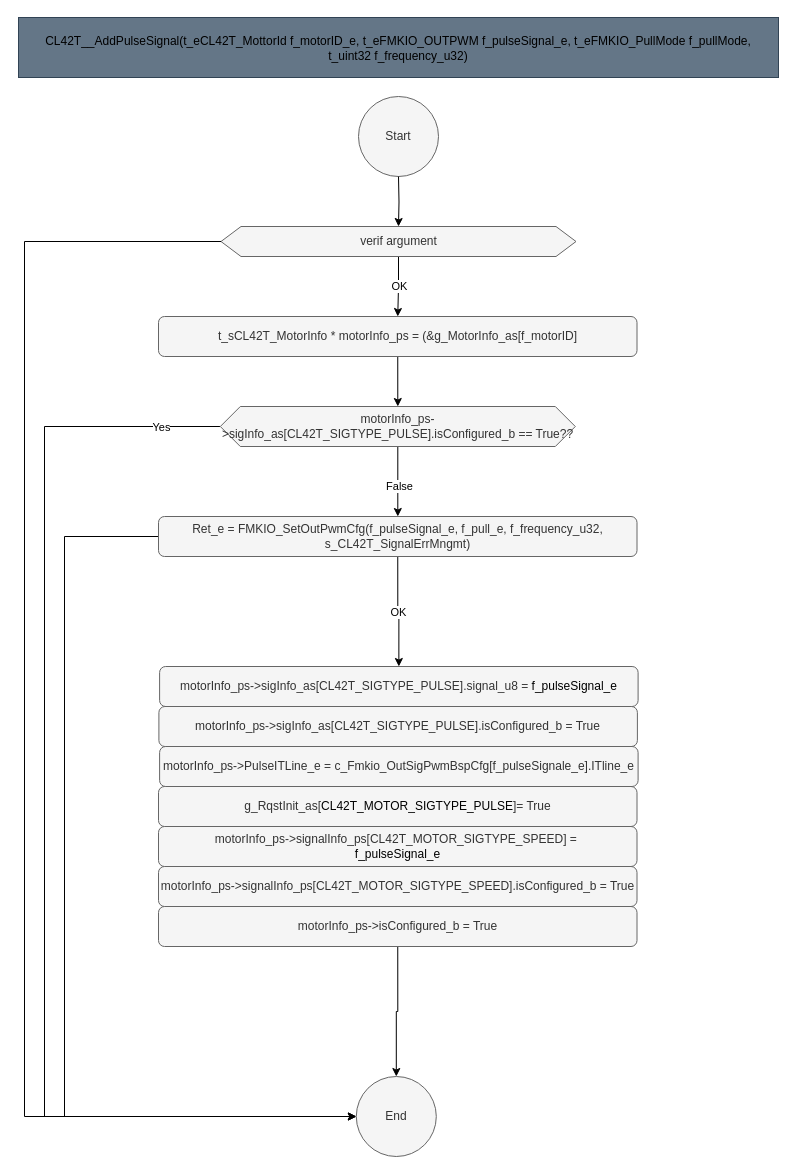
The draw.io diagram page "AddPulseSignal" (6 of 21) of src/2_DRV/Motor/CL42T/Doc/Design/CL42T_Architecture.drawio in mbarbeau0545/PickersRobotPOC, before the edit. Source tidied: cells renumbered, new cells numbered last; positions are measured from the earlier drawing's top-left corner, leaving out a move shared by most shapes. Both pictures are drawn from the tidied source at 100%, with x=0, y=0 at pixel (18, 17).
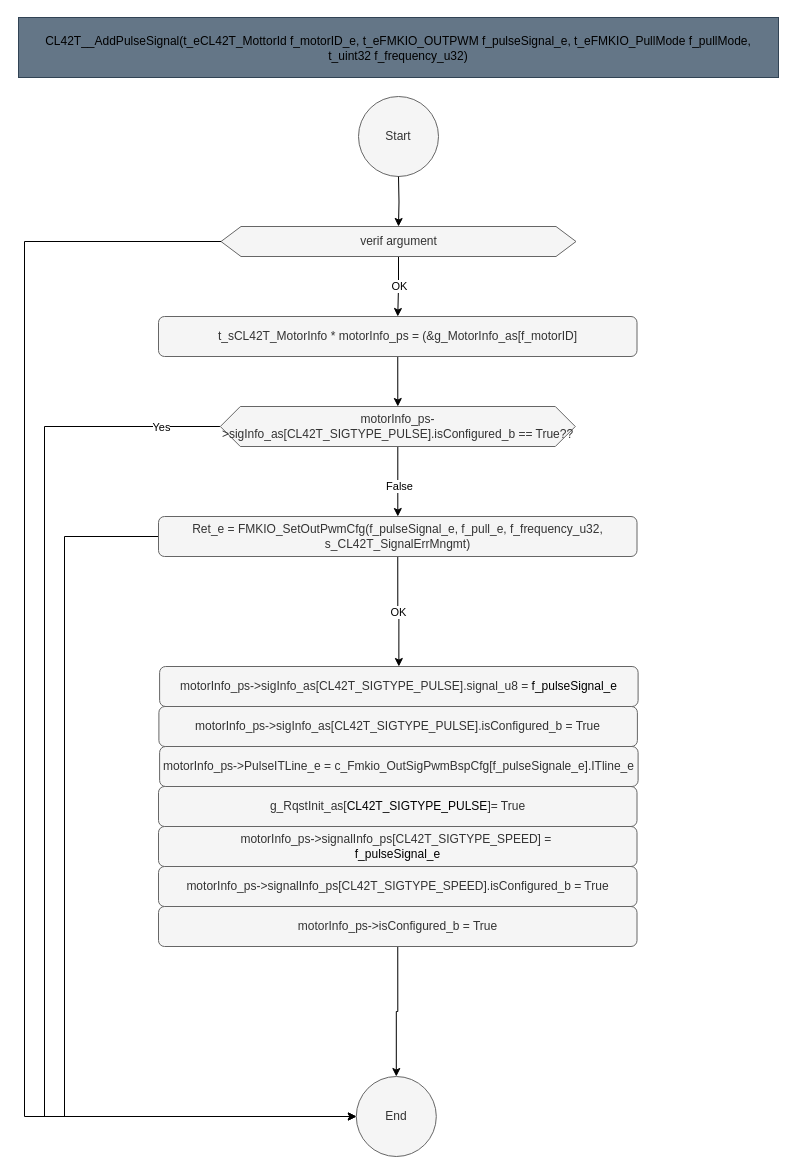
After the change.

What changed in the source:
```diff
@@
-    <mxCell id="25" value="g_RqstInit_as[&lt;font color=&quot;#000000&quot;&gt;CL42T_MOTOR_SIGTYPE_PULSE&lt;/font&gt;]= True" style="rounded=1;whiteSpace=wrap;html=1;fillColor=#f5f5f5;fontColor=#333333;strokeColor=#666666;" parent="1" vertex="1">
+    <mxCell id="25" value="g_RqstInit_as[&lt;font color=&quot;#000000&quot;&gt;CL42T_SIGTYPE_PULSE&lt;/font&gt;]= True" style="rounded=1;whiteSpace=wrap;html=1;fillColor=#f5f5f5;fontColor=#333333;strokeColor=#666666;" parent="1" vertex="1">
       <mxGeometry x="140" y="769" width="478.5" height="40" as="geometry" />
     </mxCell>
@@
-    <mxCell id="28" value="motorInfo_ps-&amp;gt;signalInfo_ps[CL42T_MOTOR_SIGTYPE_SPEED] =&amp;nbsp;&lt;br&gt;&lt;div&gt;&lt;span style=&quot;color: rgb(0, 0, 0);&quot;&gt;f_pulseSignal_e&lt;/span&gt;&lt;br&gt;&lt;/div&gt;" style="rounded=1;whiteSpace=wrap;html=1;fillColor=#f5f5f5;fontColor=#333333;strokeColor=#666666;" parent="1" vertex="1">
+    <mxCell id="28" value="motorInfo_ps-&amp;gt;signalInfo_ps[CL42T_SIGTYPE_SPEED] =&amp;nbsp;&lt;br&gt;&lt;div&gt;&lt;span style=&quot;color: rgb(0, 0, 0);&quot;&gt;f_pulseSignal_e&lt;/span&gt;&lt;br&gt;&lt;/div&gt;" style="rounded=1;whiteSpace=wrap;html=1;fillColor=#f5f5f5;fontColor=#333333;strokeColor=#666666;" parent="1" vertex="1">
       <mxGeometry x="140" y="809" width="478.5" height="40" as="geometry" />
     </mxCell>
-    <mxCell id="29" value="motorInfo_ps-&amp;gt;signalInfo_ps[CL42T_MOTOR_SIGTYPE_SPEED].isConfigured_b = True" style="rounded=1;whiteSpace=wrap;html=1;fillColor=#f5f5f5;fontColor=#333333;strokeColor=#666666;" parent="1" vertex="1">
+    <mxCell id="29" value="motorInfo_ps-&amp;gt;signalInfo_ps[CL42T_SIGTYPE_SPEED].isConfigured_b = True" style="rounded=1;whiteSpace=wrap;html=1;fillColor=#f5f5f5;fontColor=#333333;strokeColor=#666666;" parent="1" vertex="1">
       <mxGeometry x="140" y="849" width="478.5" height="40" as="geometry" />
     </mxCell>
```
